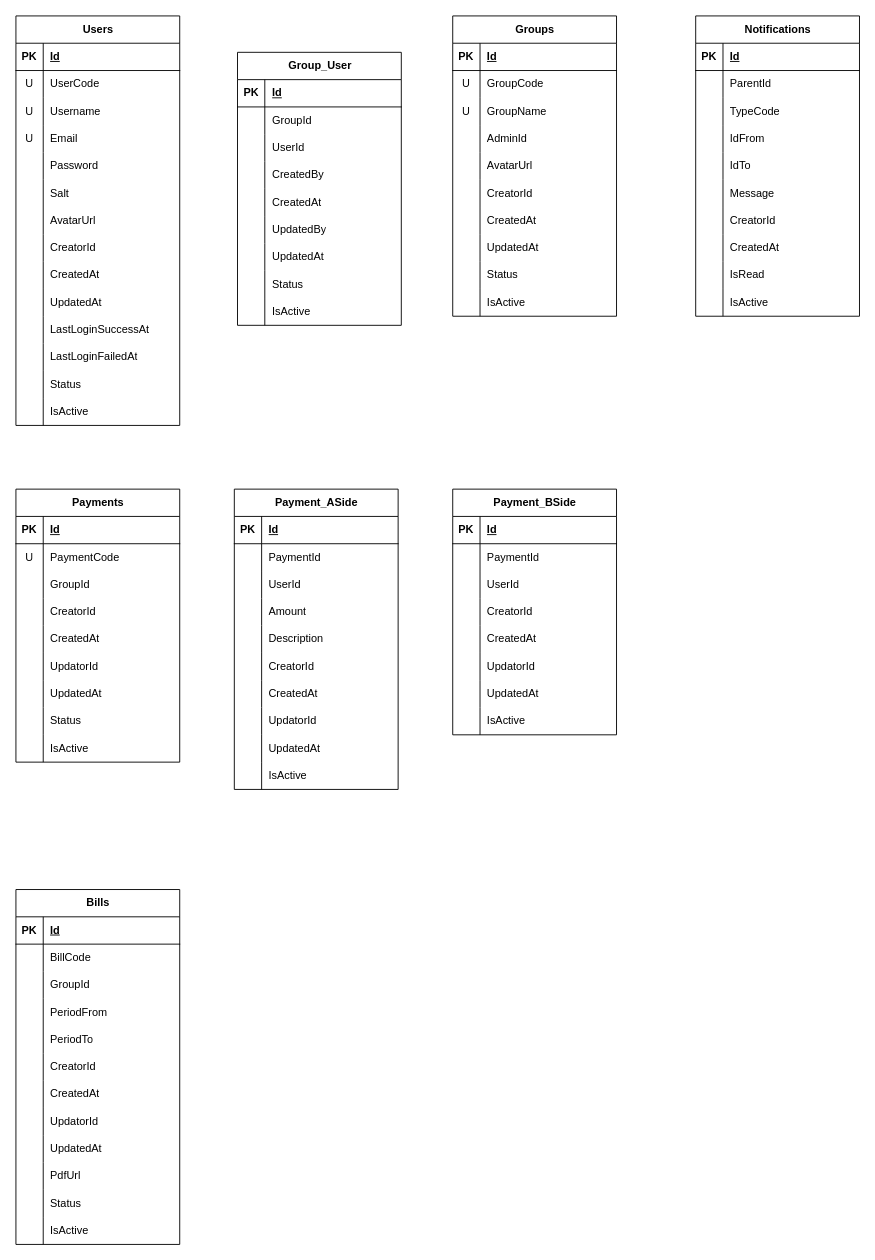
Above: page "sql-database" (2 of 3) of grp_mn_mngt.drawio in Hurahhh/doc_2nd_project (draw.io), before the change. Source tidied: cells renumbered, new cells numbered last; positions are measured from the earlier drawing's top-left corner, leaving out a move shared by most shapes. Both pictures are drawn from the tidied source at 91%, with x=0, y=0 at pixel (15, 15).
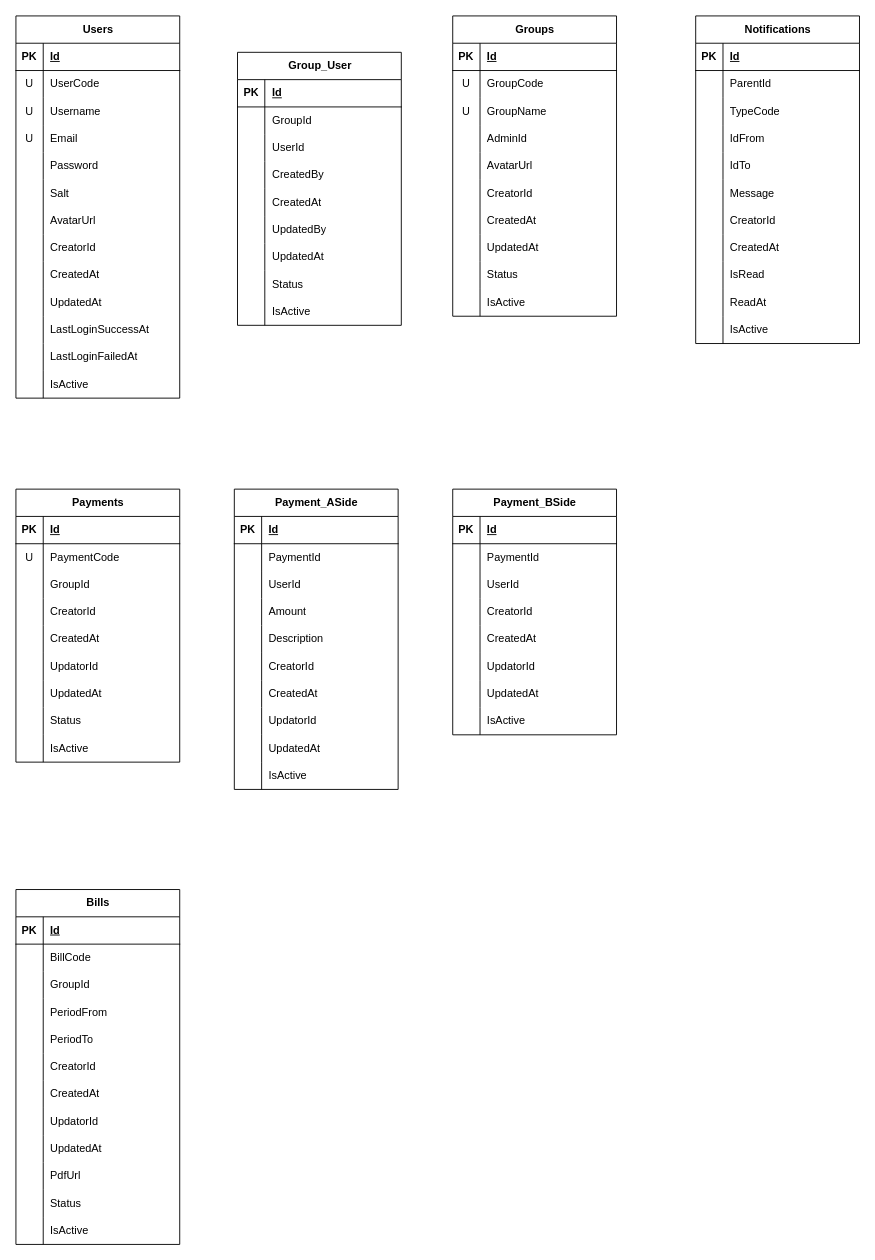
Above is the later version.

Commit message:
add nosql schemma

Diff of the diagram source:
```diff
@@
     <mxCell id="2" value="Users" style="shape=table;startSize=30;childLayout=tableLayout;rowLines=0;fontStyle=1;align=center;html=1;" parent="1" vertex="1">
-      <mxGeometry width="180" height="450" as="geometry" />
+      <mxGeometry width="180" height="420" as="geometry" />
     </mxCell>
@@
-    <mxCell id="39" style="shape=tableRow;horizontal=0;startSize=0;swimlaneHead=0;swimlaneBody=0;fillColor=none;top=0;left=0;right=0;bottom=0;" parent="2" vertex="1">
-      <mxGeometry y="390" width="180" height="30" as="geometry" />
-    </mxCell>
-    <mxCell id="40" style="shape=partialRectangle;fillColor=none;top=0;left=0;bottom=0;right=0;overflow=hidden;whiteSpace=wrap;html=1;" parent="39" vertex="1">
-      <mxGeometry width="30" height="30" as="geometry" />
-    </mxCell>
-    <mxCell id="41" value="Status" style="shape=partialRectangle;fillColor=none;top=0;left=0;bottom=0;right=0;align=left;spacingLeft=6;overflow=hidden;whiteSpace=wrap;html=1;" parent="39" vertex="1">
-      <mxGeometry x="30" width="150" height="30" as="geometry" />
-    </mxCell>
     <mxCell id="42" style="shape=tableRow;horizontal=0;startSize=0;swimlaneHead=0;swimlaneBody=0;fillColor=none;top=0;left=0;right=0;bottom=0;" parent="2" vertex="1">
-      <mxGeometry y="420" width="180" height="30" as="geometry" />
+      <mxGeometry y="390" width="180" height="30" as="geometry" />
     </mxCell>
@@
     <mxCell id="104" value="Notifications" style="shape=table;startSize=30;childLayout=tableLayout;rowLines=0;fontStyle=1;align=center;html=1;" parent="1" vertex="1">
-      <mxGeometry x="747" width="180" height="330" as="geometry" />
+      <mxGeometry x="747" width="180" height="360" as="geometry" />
     </mxCell>
@@
+    <mxCell id="256" style="shape=tableRow;horizontal=0;startSize=0;swimlaneHead=0;swimlaneBody=0;fillColor=none;top=0;left=0;right=0;bottom=0;" parent="104" vertex="1">
+      <mxGeometry y="300" width="180" height="30" as="geometry" />
+    </mxCell>
+    <mxCell id="40" style="shape=partialRectangle;fillColor=none;top=0;left=0;bottom=0;right=0;overflow=hidden;whiteSpace=wrap;html=1;" parent="256" vertex="1">
+      <mxGeometry width="30" height="30" as="geometry" />
+    </mxCell>
+    <mxCell id="257" value="ReadAt" style="shape=partialRectangle;fillColor=none;top=0;left=0;bottom=0;right=0;align=left;spacingLeft=6;overflow=hidden;whiteSpace=wrap;html=1;" parent="256" vertex="1">
+      <mxGeometry x="30" width="150" height="30" as="geometry" />
+    </mxCell>
     <mxCell id="132" style="shape=tableRow;horizontal=0;startSize=0;swimlaneHead=0;swimlaneBody=0;fillColor=none;top=0;left=0;right=0;bottom=0;" parent="104" vertex="1">
-      <mxGeometry y="300" width="180" height="30" as="geometry" />
+      <mxGeometry y="330" width="180" height="30" as="geometry" />
     </mxCell>
```
